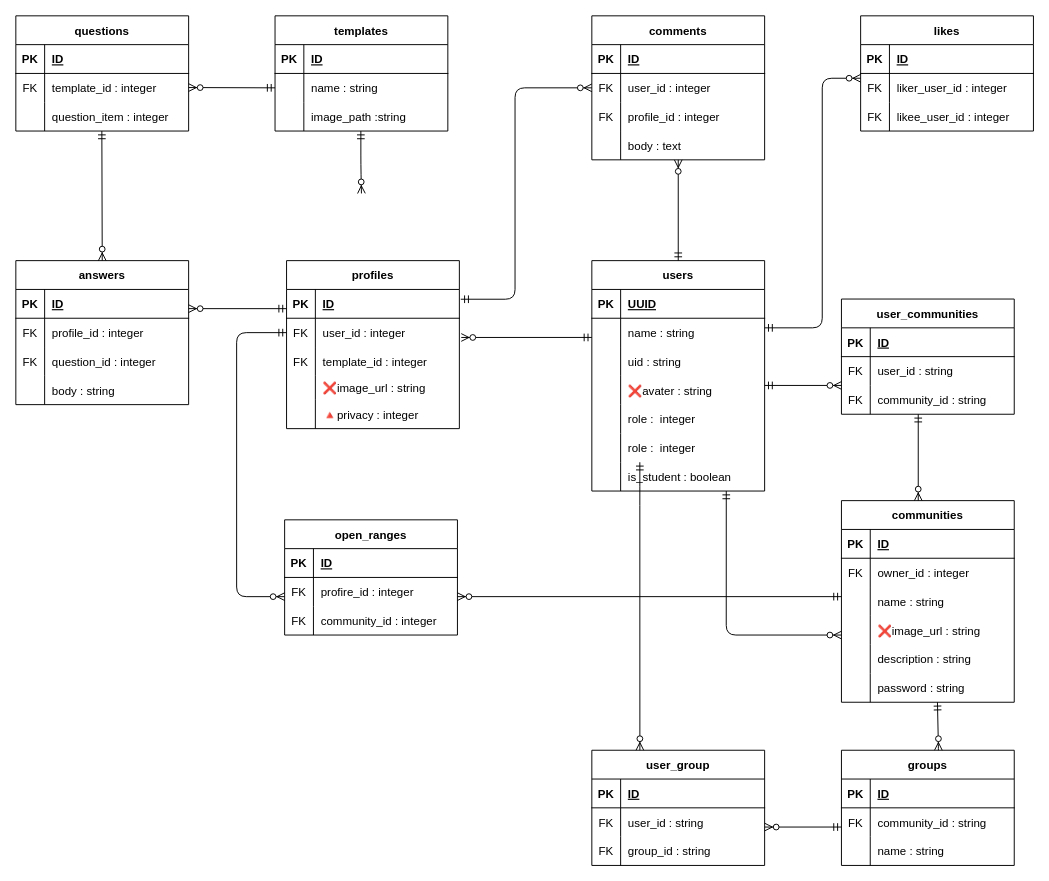
This is kadai/ER_ver2.drawio from mitsu30/Read_me_backend, a draw.io file, before an edit. Source tidied: cells renumbered, new cells numbered last; positions are measured from the earlier drawing's top-left corner, leaving out a move shared by most shapes. Both pictures are drawn from the tidied source at 96%, with x=0, y=0 at pixel (15, 15).
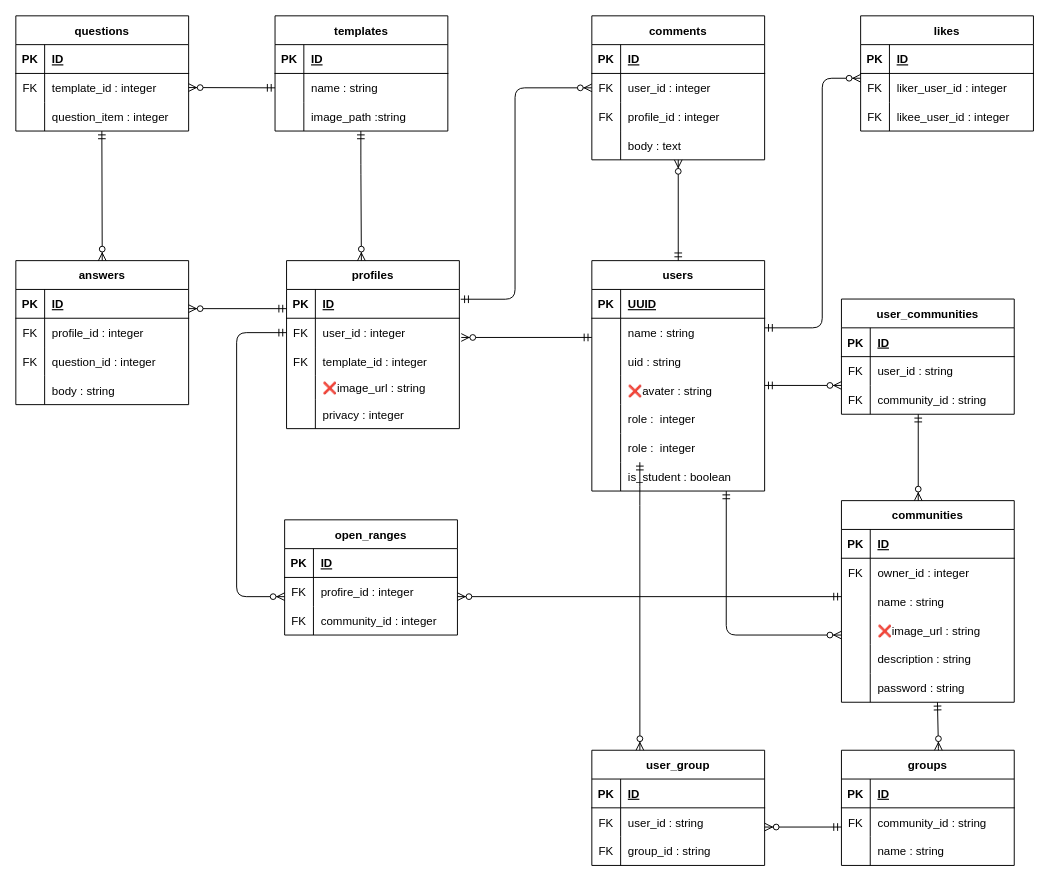
Above is the later version.

Unchanged cells that the change refers to:
```xml
<mxCell id="24" value="profiles" style="shape=table;startSize=30;childLayout=tableLayout;rowLines=0;fontStyle=1;align=center;" parent="1" vertex="1">
  <mxGeometry x="282" y="255" width="180" height="175" as="geometry" />
</mxCell>
<mxCell id="37" style="shape=tableRow;horizontal=0;startSize=0;swimlaneHead=0;swimlaneBody=0;fillColor=none;top=0;left=0;right=0;bottom=0;" parent="24" vertex="1">
  <mxGeometry y="145" width="180" height="30" as="geometry" />
</mxCell>
```

What changed in the source:
```diff
@@
-    <mxCell id="39" value="🔺privacy : integer" style="shape=partialRectangle;fillColor=none;top=0;left=0;bottom=0;right=0;align=left;spacingLeft=6;overflow=hidden;" parent="37" vertex="1">
+    <mxCell id="39" value="privacy : integer" style="shape=partialRectangle;fillColor=none;top=0;left=0;bottom=0;right=0;align=left;spacingLeft=6;overflow=hidden;" parent="37" vertex="1">
       <mxGeometry x="30" width="150" height="30" as="geometry" />
     </mxCell>
@@
-    <mxCell id="166" style="fontSize=12;html=1;endArrow=ERzeroToMany;startArrow=ERmandOne;exitX=0.5;exitY=0;exitDx=0;exitDy=0;" parent="1" edge="1">
+    <mxCell id="166" style="fontSize=12;html=1;endArrow=ERzeroToMany;startArrow=ERmandOne;exitX=0.5;exitY=0;exitDx=0;exitDy=0;entryX=0.433;entryY=0;entryDx=0;entryDy=0;entryPerimeter=0;" parent="1" edge="1" target="24">
       <mxGeometry relative="1" as="geometry">
         <mxPoint x="359.4" y="120" as="sourcePoint" />
-        <mxPoint x="360" y="185" as="targetPoint" />
         <Array as="points">
           <mxPoint x="359.4" y="155" />
         </Array>
       </mxGeometry>
     </mxCell>
```
